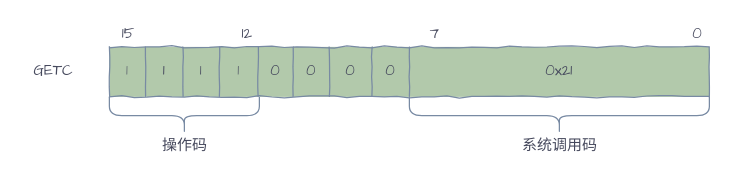
silan-liu/drawio keeps this draw.io diagram as page "getc" (26 of 31) of vm.drawio. Above is the earlier version. Source tidied: cells renumbered, new cells numbered last; positions are measured from the earlier drawing's top-left corner, leaving out a move shared by most shapes. Both pictures are drawn from the tidied source at 125%, with x=0, y=0 at pixel (21, 21).
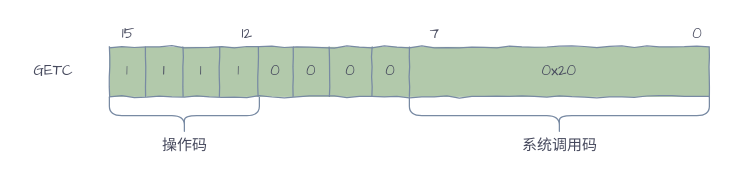
After the change.

Unchanged cells that the change refers to:
```xml
<mxCell id="3" style="shape=partialRectangle;html=1;whiteSpace=wrap;fillColor=none;top=0;left=0;bottom=0;right=0;strokeColor=#788AA3;fontColor=#46495D;fontFamily=Architects Daughter;" parent="2" vertex="1">
  <mxGeometry width="480" height="40" as="geometry" />
</mxCell>
```

Change to the diagram source:
```diff
@@
-    <mxCell id="12" value="0x21" style="shape=partialRectangle;html=1;whiteSpace=wrap;overflow=hidden;fillColor=none;top=0;left=0;bottom=0;right=0;strokeColor=#788AA3;fontColor=#46495D;fontFamily=Architects Daughter;" parent="3" vertex="1">
+    <mxCell id="12" value="0x20" style="shape=partialRectangle;html=1;whiteSpace=wrap;overflow=hidden;fillColor=none;top=0;left=0;bottom=0;right=0;strokeColor=#788AA3;fontColor=#46495D;fontFamily=Architects Daughter;" parent="3" vertex="1">
       <mxGeometry x="240" width="240" height="40" as="geometry" />
     </mxCell>
```
